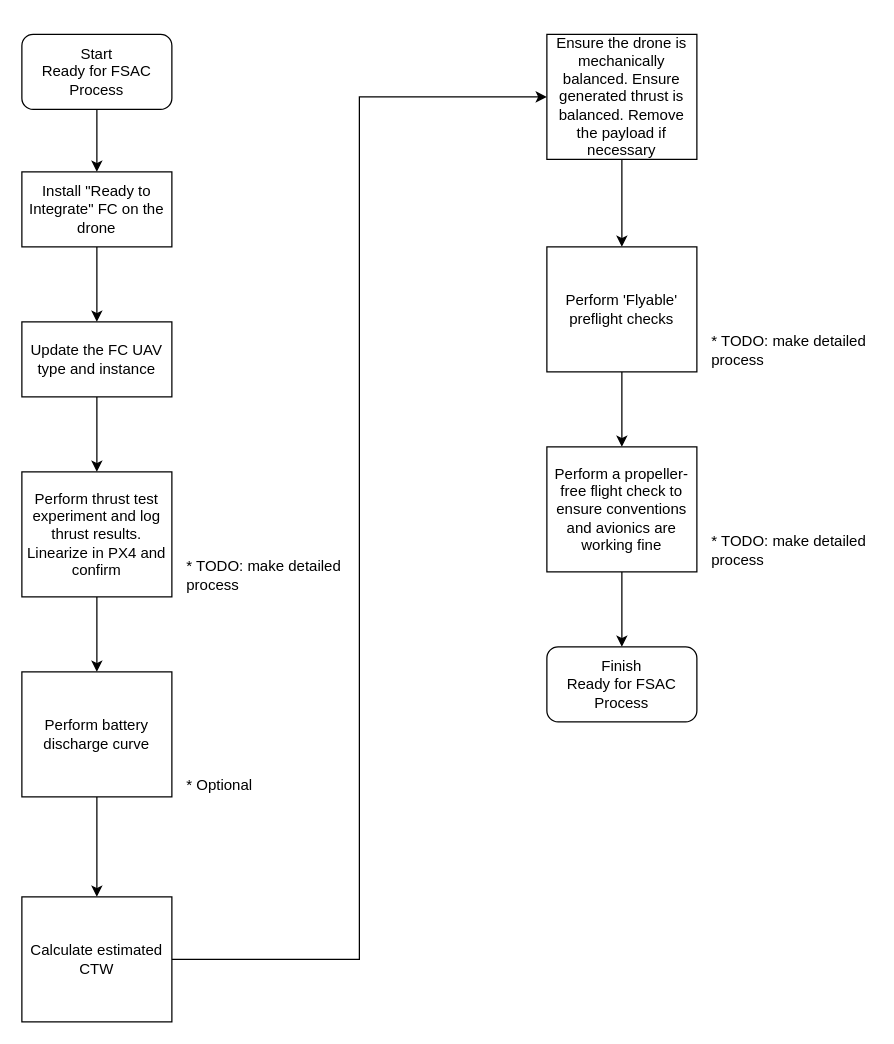
DroneLeaf/HEAR_wiki keeps this draw.io diagram as Guide/Hardware and Process/Commissioning/2 Ready for FSAC/Ready for FSAC.drawio. Above is the earlier version. Source tidied: cells renumbered, new cells numbered last; positions are measured from the earlier drawing's top-left corner, leaving out a move shared by most shapes. Both pictures are drawn from the tidied source at 125%, with x=0, y=0 at pixel (21, 34).
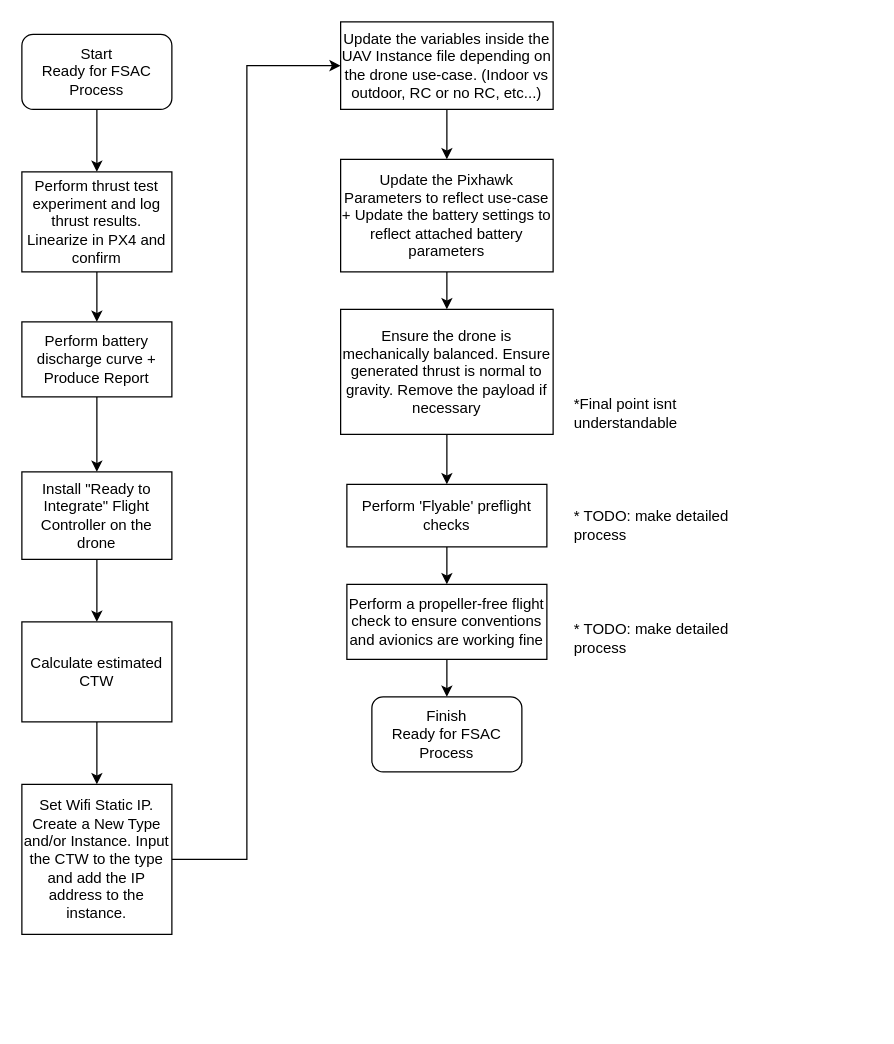
Above is the later version.

Commit message (it also covers changes not shown here):
Updated Ready-To-Integrate process chart

Diff of the diagram source:
```diff
@@
-    <mxCell id="4" value="Install &quot;Ready to Integrate&quot; FC on the drone" style="rounded=0;whiteSpace=wrap;html=1;" parent="1" vertex="1">
-      <mxGeometry y="110" width="120" height="60" as="geometry" />
+    <mxCell id="4" value="Perform thrust test experiment and log thrust results. Linearize in PX4 and confirm" style="rounded=0;whiteSpace=wrap;html=1;" parent="1" vertex="1">
+      <mxGeometry y="110" width="120" height="80" as="geometry" />
     </mxCell>
-    <mxCell id="5" value="Update the FC UAV type and instance" style="rounded=0;whiteSpace=wrap;html=1;" parent="1" vertex="1">
+    <mxCell id="5" value="Perform battery discharge curve + Produce Report" style="rounded=0;whiteSpace=wrap;html=1;" parent="1" vertex="1">
       <mxGeometry y="230" width="120" height="60" as="geometry" />
     </mxCell>
@@
-    <mxCell id="8" value="Perform thrust test experiment and log thrust results. Linearize in PX4 and confirm" style="rounded=0;whiteSpace=wrap;html=1;" parent="1" vertex="1">
-      <mxGeometry y="350" width="120" height="100" as="geometry" />
+    <mxCell id="8" value="Install &quot;Ready to Integrate&quot; Flight Controller on the drone" style="rounded=0;whiteSpace=wrap;html=1;" parent="1" vertex="1">
+      <mxGeometry y="350" width="120" height="70" as="geometry" />
     </mxCell>
@@
-    <mxCell id="10" value="* TODO: make detailed process" style="text;html=1;align=left;verticalAlign=bottom;whiteSpace=wrap;rounded=0;" parent="1" vertex="1">
-      <mxGeometry x="130" y="420" width="130" height="30" as="geometry" />
-    </mxCell>
@@
-    <mxCell id="12" value="Perform battery discharge curve" style="rounded=0;whiteSpace=wrap;html=1;" parent="1" vertex="1">
-      <mxGeometry y="510" width="120" height="100" as="geometry" />
+    <mxCell id="12" value="Calculate estimated CTW" style="rounded=0;whiteSpace=wrap;html=1;" parent="1" vertex="1">
+      <mxGeometry y="470" width="120" height="80" as="geometry" />
     </mxCell>
-    <mxCell id="13" value="* Optional" style="text;html=1;align=left;verticalAlign=bottom;whiteSpace=wrap;rounded=0;" parent="1" vertex="1">
-      <mxGeometry x="130" y="580" width="190" height="30" as="geometry" />
-    </mxCell>
     <mxCell id="14" style="edgeStyle=orthogonalEdgeStyle;rounded=0;jettySize=auto;html=1;entryX=0;entryY=0.5;entryDx=0;entryDy=0;" parent="1" edge="1" source="15" target="17">
-      <mxGeometry relative="1" as="geometry" />
+      <mxGeometry relative="1" as="geometry">
+        <Array as="points">
+          <mxPoint x="180" y="660" />
+          <mxPoint x="180" y="25" />
+        </Array>
+      </mxGeometry>
     </mxCell>
-    <mxCell id="15" value="Calculate estimated CTW" style="rounded=0;whiteSpace=wrap;html=1;" parent="1" vertex="1">
-      <mxGeometry y="690" width="120" height="100" as="geometry" />
+    <mxCell id="15" value="Set Wifi Static IP. Create a New Type and/or Instance. Input the CTW to the type and add the IP address to the instance." style="rounded=0;whiteSpace=wrap;html=1;" parent="1" vertex="1">
+      <mxGeometry y="600" width="120" height="120" as="geometry" />
     </mxCell>
-    <mxCell id="16" style="edgeStyle=orthogonalEdgeStyle;rounded=0;jettySize=auto;html=1;" parent="1" edge="1" source="17" target="20">
+    <mxCell id="16" style="edgeStyle=orthogonalEdgeStyle;rounded=0;jettySize=auto;html=1;entryX=0.5;entryY=0;entryDx=0;entryDy=0;" parent="1" edge="1" source="17" target="27">
       <mxGeometry relative="1" as="geometry" />
     </mxCell>
-    <mxCell id="17" value="Ensure the drone is mechanically balanced. Ensure generated thrust is balanced. Remove the payload if necessary" style="rounded=0;whiteSpace=wrap;html=1;" parent="1" vertex="1">
-      <mxGeometry x="420" width="120" height="100" as="geometry" />
+    <mxCell id="17" value="Update the variables inside the UAV Instance file depending on the drone use-case. (Indoor vs outdoor, RC or no RC, etc...)" style="rounded=0;whiteSpace=wrap;html=1;" parent="1" vertex="1">
+      <mxGeometry x="255" y="-10" width="170" height="70" as="geometry" />
     </mxCell>
     <mxCell id="18" value="* TODO: make detailed process" style="text;html=1;align=left;verticalAlign=bottom;whiteSpace=wrap;rounded=0;" parent="1" vertex="1">
-      <mxGeometry x="550" y="240" width="130" height="30" as="geometry" />
+      <mxGeometry x="440" y="380" width="130" height="30" as="geometry" />
     </mxCell>
@@
-    <mxCell id="20" value="Perform 'Flyable' preflight checks" style="rounded=0;whiteSpace=wrap;html=1;" parent="1" vertex="1">
-      <mxGeometry x="420" y="170" width="120" height="100" as="geometry" />
+    <mxCell id="20" value="Ensure the drone is mechanically balanced. Ensure generated thrust is normal to gravity. Remove the payload if necessary" style="rounded=0;whiteSpace=wrap;html=1;" parent="1" vertex="1">
+      <mxGeometry x="255" y="220" width="170" height="100" as="geometry" />
     </mxCell>
     <mxCell id="21" value="Finish&lt;br&gt;Ready for FSAC Process" style="rounded=1;whiteSpace=wrap;html=1;" parent="1" vertex="1">
-      <mxGeometry x="420" y="490" width="120" height="60" as="geometry" />
+      <mxGeometry x="280" y="530" width="120" height="60" as="geometry" />
     </mxCell>
-    <mxCell id="22" style="edgeStyle=orthogonalEdgeStyle;rounded=0;jettySize=auto;html=1;exitX=0.5;exitY=1;exitDx=0;exitDy=0;entryX=0.5;entryY=0;entryDx=0;entryDy=0;" parent="1" edge="1" source="23" target="21">
+    <mxCell id="22" style="edgeStyle=orthogonalEdgeStyle;rounded=0;jettySize=auto;html=1;exitX=0.5;exitY=1;exitDx=0;exitDy=0;" parent="1" edge="1" source="23" target="25">
       <mxGeometry relative="1" as="geometry" />
     </mxCell>
-    <mxCell id="23" value="Perform a propeller-free flight check to ensure conventions and avionics are working fine" style="rounded=0;whiteSpace=wrap;html=1;" parent="1" vertex="1">
-      <mxGeometry x="420" y="330" width="120" height="100" as="geometry" />
+    <mxCell id="23" value="Perform 'Flyable' preflight checks" style="rounded=0;whiteSpace=wrap;html=1;" parent="1" vertex="1">
+      <mxGeometry x="260" y="360" width="160" height="50" as="geometry" />
     </mxCell>
     <mxCell id="24" value="* TODO: make detailed process" style="text;html=1;align=left;verticalAlign=bottom;whiteSpace=wrap;rounded=0;" parent="1" vertex="1">
-      <mxGeometry x="550" y="400" width="130" height="30" as="geometry" />
+      <mxGeometry x="440" y="470" width="130" height="30" as="geometry" />
     </mxCell>
+    <mxCell id="25" value="Perform a propeller-free flight check to ensure conventions and avionics are working fine" style="rounded=0;whiteSpace=wrap;html=1;" parent="1" vertex="1">
+      <mxGeometry x="260" y="440" width="160" height="60" as="geometry" />
+    </mxCell>
+    <mxCell id="26" style="edgeStyle=orthogonalEdgeStyle;rounded=0;jettySize=auto;html=1;exitX=0.5;exitY=1;exitDx=0;exitDy=0;entryX=0.5;entryY=0;entryDx=0;entryDy=0;" parent="1" edge="1" source="25" target="21">
+      <mxGeometry relative="1" as="geometry" />
+    </mxCell>
+    <mxCell id="27" value="Update the Pixhawk Parameters to reflect use-case + Update the battery settings to reflect attached battery parameters" style="rounded=0;whiteSpace=wrap;html=1;" parent="1" vertex="1">
+      <mxGeometry x="255" y="100" width="170" height="90" as="geometry" />
+    </mxCell>
+    <mxCell id="28" style="edgeStyle=orthogonalEdgeStyle;rounded=0;jettySize=auto;html=1;entryX=0.5;entryY=0;entryDx=0;entryDy=0;exitX=0.5;exitY=1;exitDx=0;exitDy=0;" parent="1" edge="1" source="27" target="20">
+      <mxGeometry relative="1" as="geometry" />
+    </mxCell>
+    <mxCell id="29" value="*Final point isnt understandable" style="text;html=1;align=left;verticalAlign=bottom;whiteSpace=wrap;rounded=0;" parent="1" vertex="1">
+      <mxGeometry x="440" y="290" width="130" height="30" as="geometry" />
+    </mxCell>
```
